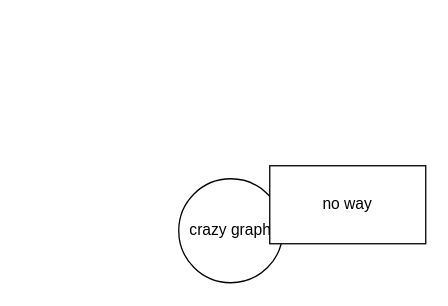
Earlier version of the draw.io diagram diagrams/readme.drawio (derlole/RoBot). Source tidied: cells renumbered, new cells numbered last; positions are measured from the earlier drawing's top-left corner, leaving out a move shared by most shapes. Both pictures are drawn from the tidied source at 130%, with x=0, y=0 at pixel (178, 165).
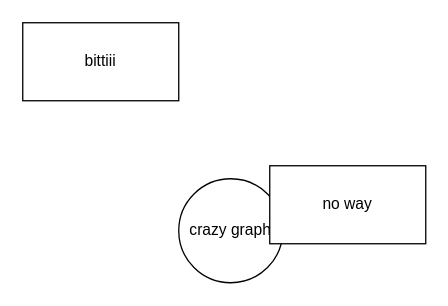
The same diagram, later.

What changed in the source:
```diff
@@
 <mxGraphModel>
   <root>
     <mxCell id="0" />
     <mxCell id="1" parent="0" />
     <mxCell id="2" value="crazy graph" style="ellipse;whiteSpace=wrap;html=1;" parent="1" vertex="1">
       <mxGeometry y="10" width="80" height="80" as="geometry" />
     </mxCell>
     <mxCell id="3" value="no way" style="whiteSpace=wrap;html=1;" parent="1" vertex="1">
       <mxGeometry x="70" width="120" height="60" as="geometry" />
     </mxCell>
+    <mxCell id="4" value="bittiii" style="whiteSpace=wrap;html=1;" parent="1" vertex="1">
+      <mxGeometry x="-120" y="-110" width="120" height="60" as="geometry" />
+    </mxCell>
   </root>
 </mxGraphModel>
```
